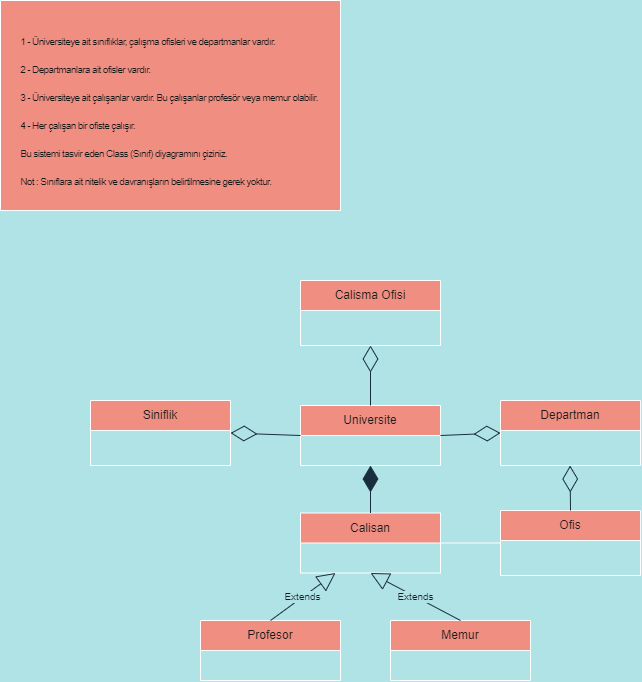
Before: Object_Oriented_Programming/Odev_Universite_Yonetim.png, a diagram exported from draw.io (ggvenumut/Patika). Source tidied: cells renumbered, new cells last; positions are measured from the earlier drawing's top-left corner, leaving out a move shared by most shapes.
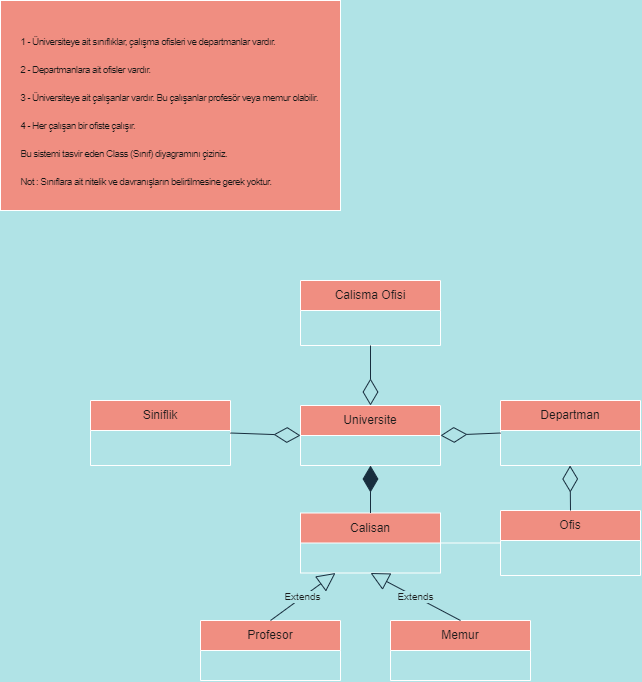
Above is the later version.

Commit message:
Odev - Universite Yonetim FIX

Change to the diagram source:
```diff
@@ -29,13 +29,13 @@
     <mxCell id="10" value="&lt;font color=&quot;#171717&quot;&gt;&lt;br style=&quot;font-size: 10px;&quot;&gt;&lt;/font&gt;&lt;p style=&quot;box-sizing: border-box; margin-top: 0px; margin-bottom: 1rem; font-family: Nunito, sans-serif; font-size: 10px; letter-spacing: -0.64px; text-align: left;&quot;&gt;&lt;font color=&quot;#171717&quot;&gt;1 - Üniversiteye ait sınıflıklar, çalışma ofisleri ve departmanlar vardır.&lt;/font&gt;&lt;/p&gt;&lt;p style=&quot;box-sizing: border-box; margin-top: 0px; margin-bottom: 1rem; font-family: Nunito, sans-serif; font-size: 10px; letter-spacing: -0.64px; text-align: left;&quot;&gt;&lt;font color=&quot;#171717&quot;&gt;2 - Departmanlara ait ofisler vardır.&lt;/font&gt;&lt;/p&gt;&lt;p style=&quot;box-sizing: border-box; margin-top: 0px; margin-bottom: 1rem; font-family: Nunito, sans-serif; font-size: 10px; letter-spacing: -0.64px; text-align: left;&quot;&gt;&lt;font color=&quot;#171717&quot;&gt;3 - Üniversiteye ait çalışanlar vardır. Bu çalışanlar profesör veya memur olabilir.&lt;/font&gt;&lt;/p&gt;&lt;p style=&quot;box-sizing: border-box; margin-top: 0px; margin-bottom: 1rem; font-family: Nunito, sans-serif; font-size: 10px; letter-spacing: -0.64px; text-align: left;&quot;&gt;&lt;font color=&quot;#171717&quot;&gt;4 - Her çalışan bir ofiste çalışır.&lt;/font&gt;&lt;/p&gt;&lt;p style=&quot;box-sizing: border-box; margin-top: 0px; margin-bottom: 1rem; font-family: Nunito, sans-serif; font-size: 10px; letter-spacing: -0.64px; text-align: left;&quot;&gt;&lt;font color=&quot;#171717&quot;&gt;Bu sistemi tasvir eden Class (Sınıf) diyagramını çiziniz.&lt;/font&gt;&lt;/p&gt;&lt;p style=&quot;box-sizing: border-box; margin-top: 0px; margin-bottom: 1rem; font-family: Nunito, sans-serif; font-size: 10px; letter-spacing: -0.64px; text-align: left;&quot;&gt;&lt;font color=&quot;#171717&quot;&gt;Not : Sınıflara ait nitelik ve davranışların belirtilmesine gerek yoktur.&lt;/font&gt;&lt;/p&gt;" style="whiteSpace=wrap;html=1;fontSize=10;spacingTop=17;spacing=9;spacingRight=2;labelBackgroundColor=none;fillColor=#F08E81;strokeColor=#FFFFFF;fontColor=#1A1A1A;" parent="1" vertex="1">
       <mxGeometry width="340" height="210" as="geometry" />
     </mxCell>
-    <mxCell id="11" style="endArrow=diamondThin;endFill=0;endSize=24;html=1;rounded=0;fontSize=10;exitX=0.5;exitY=0;exitDx=0;exitDy=0;entryX=0.5;entryY=1;entryDx=0;entryDy=0;labelBackgroundColor=#B0E3E6;strokeColor=#182E3E;fontColor=#1A1A1A;" parent="1" edge="1" source="2" target="4">
+    <mxCell id="11" style="endArrow=diamondThin;endFill=0;endSize=24;html=1;rounded=0;fontSize=10;exitX=0.5;exitY=1;exitDx=0;exitDy=0;labelBackgroundColor=#B0E3E6;strokeColor=#182E3E;fontColor=#1A1A1A;entryX=0.5;entryY=0;entryDx=0;entryDy=0;" parent="1" edge="1" source="4" target="2">
       <mxGeometry relative="1" as="geometry" />
     </mxCell>
-    <mxCell id="12" style="endArrow=diamondThin;endFill=0;endSize=24;html=1;rounded=0;fontSize=10;exitX=0;exitY=0.5;exitDx=0;exitDy=0;entryX=1;entryY=0.5;entryDx=0;entryDy=0;labelBackgroundColor=#B0E3E6;strokeColor=#182E3E;fontColor=#1A1A1A;" parent="1" edge="1" source="2" target="3">
+    <mxCell id="12" style="endArrow=diamondThin;endFill=0;endSize=24;html=1;rounded=0;fontSize=10;entryX=0;entryY=0.5;entryDx=0;entryDy=0;labelBackgroundColor=#B0E3E6;strokeColor=#182E3E;fontColor=#1A1A1A;exitX=1;exitY=0.5;exitDx=0;exitDy=0;" parent="1" edge="1" source="3" target="2">
       <mxGeometry relative="1" as="geometry" />
     </mxCell>
-    <mxCell id="13" style="endArrow=diamondThin;endFill=0;endSize=24;html=1;rounded=0;fontSize=10;exitX=1;exitY=0.5;exitDx=0;exitDy=0;entryX=0;entryY=0.5;entryDx=0;entryDy=0;labelBackgroundColor=#B0E3E6;strokeColor=#182E3E;fontColor=#1A1A1A;" parent="1" edge="1" source="2" target="5">
+    <mxCell id="13" style="endArrow=diamondThin;endFill=0;endSize=24;html=1;rounded=0;fontSize=10;exitX=0;exitY=0.5;exitDx=0;exitDy=0;labelBackgroundColor=#B0E3E6;strokeColor=#182E3E;fontColor=#1A1A1A;entryX=1;entryY=0.5;entryDx=0;entryDy=0;" parent="1" edge="1" source="5" target="2">
       <mxGeometry relative="1" as="geometry" />
     </mxCell>
     <mxCell id="14" style="endArrow=diamondThin;endFill=1;endSize=24;html=1;rounded=0;fontSize=10;entryX=0.5;entryY=1;entryDx=0;entryDy=0;exitX=0.5;exitY=0;exitDx=0;exitDy=0;labelBackgroundColor=#B0E3E6;strokeColor=#182E3E;fontColor=#1A1A1A;" parent="1" edge="1" source="7" target="2">
```
